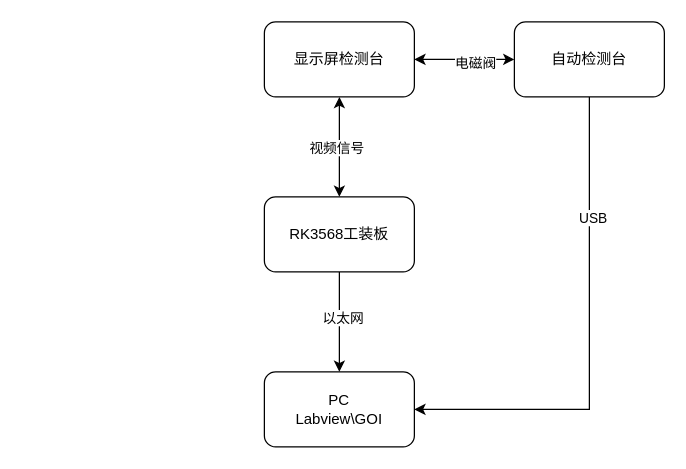
The draw.io diagram 产线生产.drawio in kvvipa0028/Drawio, before the edit. Source tidied: cells renumbered, new cells numbered last; positions are measured from the earlier drawing's top-left corner, leaving out a move shared by most shapes. Both pictures are drawn from the tidied source at 125%, with x=0, y=0 at pixel (264, 21).
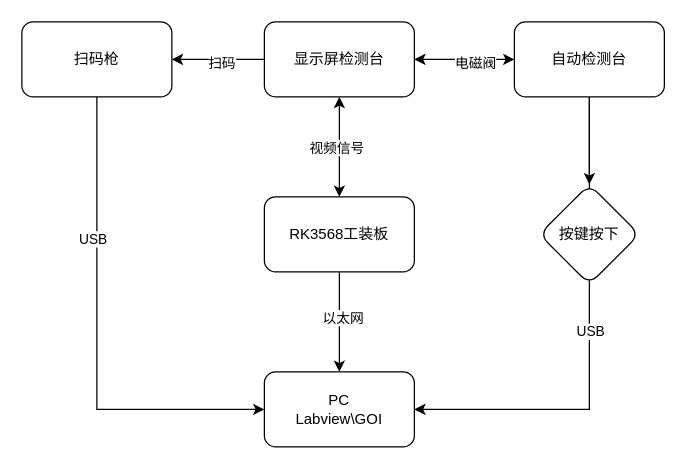
Above is the later version.

Commit message (it also covers changes not shown here):
更新产线生产.drawio

Unchanged cells that the change refers to:
```xml
<mxCell id="2" value="显示屏检测台" style="rounded=1;whiteSpace=wrap;html=1;" parent="1" vertex="1">
  <mxGeometry width="120" height="60" as="geometry" />
</mxCell>
<mxCell id="6" style="edgeStyle=orthogonalEdgeStyle;rounded=0;jettySize=auto;html=1;entryX=1;entryY=0.5;entryDx=0;entryDy=0;" parent="1" edge="1" source="8" target="9">
  <mxGeometry relative="1" as="geometry">
    <Array as="points">
      <mxPoint x="260" y="310" />
    </Array>
  </mxGeometry>
</mxCell>
<mxCell id="8" value="自动检测台" style="rounded=1;whiteSpace=wrap;html=1;" parent="1" vertex="1">
  <mxGeometry x="200" width="120" height="60" as="geometry" />
</mxCell>
<mxCell id="9" value="PC&lt;div&gt;Labview\GOI&lt;/div&gt;" style="rounded=1;whiteSpace=wrap;html=1;" parent="1" vertex="1">
  <mxGeometry y="280" width="120" height="60" as="geometry" />
</mxCell>
```

The edit, as a diff of the source:
```diff
@@
+    <mxCell id="14" value="USB" style="edgeLabel;html=1;align=center;verticalAlign=middle;" parent="6" vertex="1">
+      <mxGeometry x="-0.04" relative="1" as="geometry" />
+    </mxCell>
+    <mxCell id="15" style="edgeStyle=orthogonalEdgeStyle;rounded=0;jettySize=auto;html=1;" parent="1" edge="1" source="8" target="16">
+      <mxGeometry relative="1" as="geometry" />
+    </mxCell>
@@
+    <mxCell id="16" value="按键按下" style="rhombus;whiteSpace=wrap;html=1;rounded=1;" parent="1" vertex="1">
+      <mxGeometry x="220" y="130" width="80" height="80" as="geometry" />
+    </mxCell>
+    <mxCell id="17" style="edgeStyle=orthogonalEdgeStyle;rounded=0;jettySize=auto;html=1;entryX=0;entryY=0.5;entryDx=0;entryDy=0;" parent="1" edge="1" source="19" target="9">
+      <mxGeometry relative="1" as="geometry">
+        <Array as="points">
+          <mxPoint x="-134" y="310" />
+        </Array>
+      </mxGeometry>
+    </mxCell>
+    <mxCell id="18" value="USB" style="edgeLabel;html=1;align=center;verticalAlign=middle;" parent="17" vertex="1">
+      <mxGeometry x="-0.41" y="-4" relative="1" as="geometry" />
+    </mxCell>
+    <mxCell id="19" value="扫码枪" style="rounded=1;whiteSpace=wrap;html=1;" parent="1" vertex="1">
+      <mxGeometry x="-194" width="120" height="60" as="geometry" />
+    </mxCell>
+    <mxCell id="20" style="endArrow=classic;html=1;rounded=0;entryX=1;entryY=0.5;entryDx=0;entryDy=0;exitX=0;exitY=0.5;exitDx=0;exitDy=0;" parent="1" edge="1" source="2" target="19">
+      <mxGeometry relative="1" as="geometry" />
+    </mxCell>
+    <mxCell id="21" value="扫码" style="edgeLabel;html=1;align=center;verticalAlign=middle;" parent="20" vertex="1">
+      <mxGeometry x="-0.05" y="2" relative="1" as="geometry" />
+    </mxCell>
```
